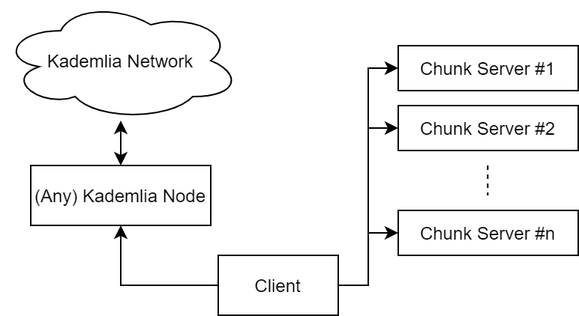
This is Dissertation/diag1.png from Abrasam/Part-II-Project, a draw.io export, as it was before one commit. Source tidied: cells renumbered, new cells last; positions are measured from the earlier drawing's top-left corner, leaving out a move shared by most shapes. Its diagram source:
```xml
<mxGraphModel>
  <root>
    <mxCell id="0" />
    <mxCell id="1" parent="0" />
    <mxCell id="2" style="edgeStyle=orthogonalEdgeStyle;rounded=0;jettySize=auto;html=1;" parent="1" edge="1" source="6" target="8">
      <mxGeometry relative="1" as="geometry" />
    </mxCell>
    <mxCell id="3" style="edgeStyle=orthogonalEdgeStyle;rounded=0;jettySize=auto;html=1;entryX=0;entryY=0.5;entryDx=0;entryDy=0;" parent="1" edge="1" source="6" target="10">
      <mxGeometry relative="1" as="geometry" />
    </mxCell>
    <mxCell id="4" style="edgeStyle=orthogonalEdgeStyle;rounded=0;jettySize=auto;html=1;entryX=0;entryY=0.5;entryDx=0;entryDy=0;" parent="1" edge="1" source="6" target="11">
      <mxGeometry relative="1" as="geometry" />
    </mxCell>
    <mxCell id="5" style="edgeStyle=orthogonalEdgeStyle;rounded=0;jettySize=auto;html=1;" parent="1" edge="1" source="6" target="12">
      <mxGeometry relative="1" as="geometry" />
    </mxCell>
    <mxCell id="6" value="Client" style="rounded=0;whiteSpace=wrap;html=1;" parent="1" vertex="1">
      <mxGeometry x="145" y="170" width="80" height="40" as="geometry" />
    </mxCell>
    <mxCell id="7" style="edgeStyle=orthogonalEdgeStyle;rounded=0;jettySize=auto;html=1;startArrow=classic;startFill=1;" parent="1" edge="1" source="8" target="9">
      <mxGeometry relative="1" as="geometry" />
    </mxCell>
    <mxCell id="8" value="(Any) Kademlia Node" style="rounded=0;whiteSpace=wrap;html=1;" parent="1" vertex="1">
      <mxGeometry x="20" y="110" width="120" height="40" as="geometry" />
    </mxCell>
    <mxCell id="9" value="Kademlia Network" style="ellipse;shape=cloud;whiteSpace=wrap;html=1;" parent="1" vertex="1">
      <mxGeometry width="160" height="80" as="geometry" />
    </mxCell>
    <mxCell id="10" value="Chunk Server #2" style="rounded=0;whiteSpace=wrap;html=1;" parent="1" vertex="1">
      <mxGeometry x="265" y="70" width="120" height="30" as="geometry" />
    </mxCell>
    <mxCell id="11" value="Chunk Server #1" style="rounded=0;whiteSpace=wrap;html=1;" parent="1" vertex="1">
      <mxGeometry x="265" y="30" width="120" height="30" as="geometry" />
    </mxCell>
    <mxCell id="12" value="Chunk Server #n" style="rounded=0;whiteSpace=wrap;html=1;" parent="1" vertex="1">
      <mxGeometry x="265" y="140" width="120" height="30" as="geometry" />
    </mxCell>
    <mxCell id="13" style="endArrow=none;dashed=1;html=1;" parent="1" edge="1">
      <mxGeometry relative="1" as="geometry">
        <mxPoint x="324.7" y="110" as="sourcePoint" />
        <mxPoint x="324.7" y="130" as="targetPoint" />
      </mxGeometry>
    </mxCell>
  </root>
</mxGraphModel>
```
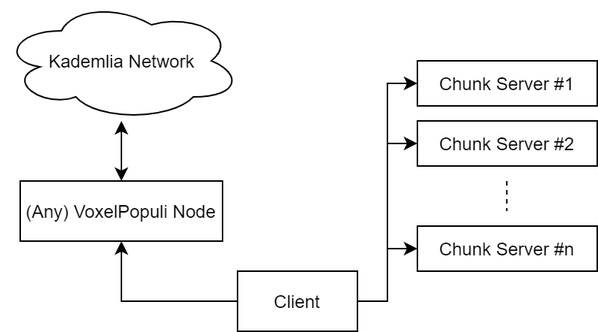
The same file after the commit.

Change to the diagram source:
```diff
@@ -20,11 +20,11 @@
     <mxCell id="7" style="edgeStyle=orthogonalEdgeStyle;rounded=0;jettySize=auto;html=1;startArrow=classic;startFill=1;" parent="1" edge="1" source="8" target="9">
       <mxGeometry relative="1" as="geometry" />
     </mxCell>
-    <mxCell id="8" value="(Any) Kademlia Node" style="rounded=0;whiteSpace=wrap;html=1;" parent="1" vertex="1">
-      <mxGeometry x="20" y="110" width="120" height="40" as="geometry" />
+    <mxCell id="8" value="(Any) VoxelPopuli Node" style="rounded=0;whiteSpace=wrap;html=1;" parent="1" vertex="1">
+      <mxGeometry y="110" width="135" height="40" as="geometry" />
     </mxCell>
     <mxCell id="9" value="Kademlia Network" style="ellipse;shape=cloud;whiteSpace=wrap;html=1;" parent="1" vertex="1">
-      <mxGeometry width="160" height="80" as="geometry" />
+      <mxGeometry x="-12.5" y="-10" width="160" height="80" as="geometry" />
     </mxCell>
     <mxCell id="10" value="Chunk Server #2" style="rounded=0;whiteSpace=wrap;html=1;" parent="1" vertex="1">
       <mxGeometry x="265" y="70" width="120" height="30" as="geometry" />
```
